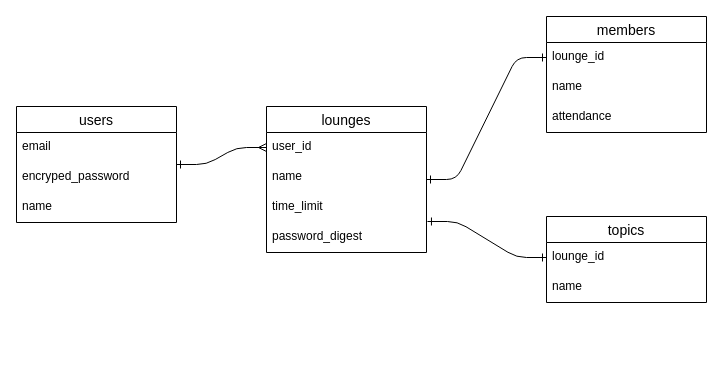
Before: rough sketch/ER図.dio in sabanonitsuke/IceClasher, a draw.io diagram. Source tidied: cells renumbered, new cells numbered last; positions are measured from the earlier drawing's top-left corner, leaving out a move shared by most shapes. Both pictures are drawn from the tidied source at 100%, with x=0, y=0 at pixel (16, 16).
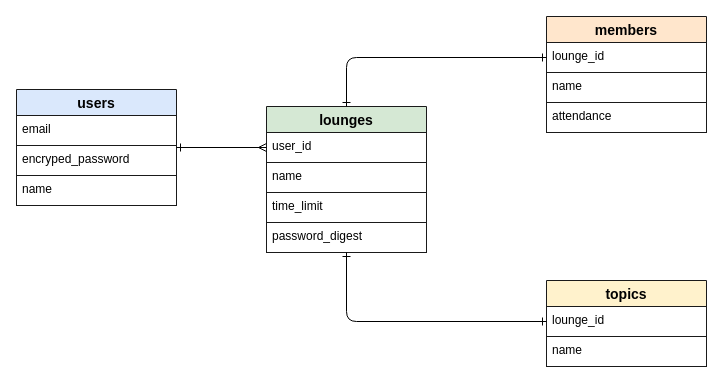
The same diagram, later.

Diff of the diagram source:
```diff
@@
-<mxGraphModel>
+<mxGraphModel background="#ffffff">
@@
-    <mxCell id="2" value="users" style="swimlane;fontStyle=0;horizontal=1;startSize=26;align=center;fontSize=14;" parent="1" vertex="1">
-      <mxGeometry y="90" width="160" height="116" as="geometry" />
+    <mxCell id="2" value="users" style="swimlane;fontStyle=1;horizontal=1;startSize=26;align=center;fontSize=14;fillColor=#dae8fc;strokeColor=#1A1A1A;fontColor=#000000;swimlaneFillColor=none;" parent="1" vertex="1">
+      <mxGeometry y="73" width="160" height="116" as="geometry" />
     </mxCell>
-    <mxCell id="3" value="email" style="text;strokeColor=none;fillColor=none;spacingLeft=4;spacingRight=4;overflow=hidden;fontSize=12;" parent="2" vertex="1">
+    <mxCell id="3" value="email" style="text;strokeColor=#1A1A1A;fillColor=none;spacingLeft=4;spacingRight=4;overflow=hidden;fontSize=12;fontColor=#000000;labelBorderColor=none;rounded=0;strokeWidth=1;" parent="2" vertex="1">
       <mxGeometry y="26" width="160" height="30" as="geometry" />
     </mxCell>
-    <mxCell id="4" value="encryped_password" style="text;strokeColor=none;fillColor=none;spacingLeft=4;spacingRight=4;overflow=hidden;fontSize=12;" parent="2" vertex="1">
+    <mxCell id="4" value="encryped_password" style="text;strokeColor=#1A1A1A;fillColor=none;spacingLeft=4;spacingRight=4;overflow=hidden;fontSize=12;fontColor=#000000;labelBorderColor=none;rounded=0;strokeWidth=1;" parent="2" vertex="1">
       <mxGeometry y="56" width="160" height="30" as="geometry" />
     </mxCell>
-    <mxCell id="5" value="name" style="text;strokeColor=none;fillColor=none;spacingLeft=4;spacingRight=4;overflow=hidden;fontSize=12;" parent="2" vertex="1">
+    <mxCell id="5" value="name" style="text;strokeColor=#1A1A1A;fillColor=none;spacingLeft=4;spacingRight=4;overflow=hidden;fontSize=12;fontColor=#000000;labelBorderColor=none;rounded=0;strokeWidth=1;" parent="2" vertex="1">
       <mxGeometry y="86" width="160" height="30" as="geometry" />
     </mxCell>
-    <mxCell id="6" value="lounges" style="swimlane;fontStyle=0;horizontal=1;startSize=26;align=center;fontSize=14;" parent="1" vertex="1">
+    <mxCell id="6" value="lounges" style="swimlane;fontStyle=1;horizontal=1;startSize=26;align=center;fontSize=14;fillColor=#d5e8d4;strokeColor=#1A1A1A;fontColor=#000000;swimlaneFillColor=none;" parent="1" vertex="1">
       <mxGeometry x="250" y="90" width="160" height="146" as="geometry" />
     </mxCell>
-    <mxCell id="7" value="user_id" style="text;strokeColor=none;fillColor=none;spacingLeft=4;spacingRight=4;overflow=hidden;points=[[0,0.5],[1,0.5]];portConstraint=eastwest;fontSize=12;" parent="6" vertex="1">
+    <mxCell id="7" value="user_id" style="text;strokeColor=#1A1A1A;fillColor=none;spacingLeft=4;spacingRight=4;overflow=hidden;points=[[0,0.5],[1,0.5]];portConstraint=eastwest;fontSize=12;fontColor=#000000;labelBorderColor=none;rounded=0;strokeWidth=1;perimeterSpacing=0;" parent="6" vertex="1">
       <mxGeometry y="26" width="160" height="30" as="geometry" />
     </mxCell>
-    <mxCell id="8" value="name" style="text;strokeColor=none;fillColor=none;spacingLeft=4;spacingRight=4;overflow=hidden;fontSize=12;" parent="6" vertex="1">
+    <mxCell id="8" value="name" style="text;strokeColor=#1A1A1A;fillColor=none;spacingLeft=4;spacingRight=4;overflow=hidden;fontSize=12;fontColor=#000000;labelBorderColor=none;rounded=0;strokeWidth=1;" parent="6" vertex="1">
       <mxGeometry y="56" width="160" height="30" as="geometry" />
     </mxCell>
-    <mxCell id="9" value="time_limit" style="text;strokeColor=none;fillColor=none;spacingLeft=4;spacingRight=4;overflow=hidden;fontSize=12;" parent="6" vertex="1">
+    <mxCell id="9" value="time_limit" style="text;strokeColor=#1A1A1A;fillColor=none;spacingLeft=4;spacingRight=4;overflow=hidden;fontSize=12;fontColor=#000000;labelBorderColor=none;rounded=0;strokeWidth=1;" parent="6" vertex="1">
       <mxGeometry y="86" width="160" height="30" as="geometry" />
     </mxCell>
-    <mxCell id="10" value="password_digest" style="text;strokeColor=none;fillColor=none;spacingLeft=4;spacingRight=4;overflow=hidden;points=[[0,0.5],[1,0.5]];portConstraint=eastwest;fontSize=12;" parent="6" vertex="1">
+    <mxCell id="10" value="password_digest" style="text;strokeColor=#1A1A1A;fillColor=none;spacingLeft=4;spacingRight=4;overflow=hidden;points=[[0,0.5],[1,0.5]];portConstraint=eastwest;fontSize=12;fontColor=#000000;labelBorderColor=none;rounded=0;strokeWidth=1;" parent="6" vertex="1">
       <mxGeometry y="116" width="160" height="30" as="geometry" />
     </mxCell>
-    <mxCell id="11" value="members" style="swimlane;fontStyle=0;horizontal=1;startSize=26;align=center;fontSize=14;" parent="1" vertex="1">
+    <mxCell id="11" value="members" style="swimlane;fontStyle=1;horizontal=1;startSize=26;align=center;fontSize=14;fillColor=#ffe6cc;strokeColor=#1A1A1A;fontColor=#000000;swimlaneFillColor=none;" parent="1" vertex="1">
       <mxGeometry x="530" width="160" height="116" as="geometry" />
     </mxCell>
-    <mxCell id="12" value="lounge_id" style="text;strokeColor=none;fillColor=none;spacingLeft=4;spacingRight=4;overflow=hidden;points=[[0,0.5],[1,0.5]];portConstraint=eastwest;fontSize=12;" parent="11" vertex="1">
+    <mxCell id="12" value="lounge_id" style="text;strokeColor=#1A1A1A;fillColor=none;spacingLeft=4;spacingRight=4;overflow=hidden;points=[[0,0.5],[1,0.5]];portConstraint=eastwest;fontSize=12;fontColor=#000000;labelBorderColor=none;rounded=0;strokeWidth=1;" parent="11" vertex="1">
       <mxGeometry y="26" width="160" height="30" as="geometry" />
     </mxCell>
-    <mxCell id="13" value="name" style="text;strokeColor=none;fillColor=none;spacingLeft=4;spacingRight=4;overflow=hidden;fontSize=12;" parent="11" vertex="1">
+    <mxCell id="13" value="name" style="text;strokeColor=#1A1A1A;fillColor=none;spacingLeft=4;spacingRight=4;overflow=hidden;fontSize=12;fontColor=#000000;labelBorderColor=none;rounded=0;strokeWidth=1;" parent="11" vertex="1">
       <mxGeometry y="56" width="160" height="30" as="geometry" />
     </mxCell>
-    <mxCell id="14" value="attendance" style="text;strokeColor=none;fillColor=none;spacingLeft=4;spacingRight=4;overflow=hidden;fontSize=12;" parent="11" vertex="1">
+    <mxCell id="14" value="attendance" style="text;strokeColor=#1A1A1A;fillColor=none;spacingLeft=4;spacingRight=4;overflow=hidden;fontSize=12;fontColor=#000000;labelBorderColor=none;rounded=0;strokeWidth=1;" parent="11" vertex="1">
       <mxGeometry y="86" width="160" height="30" as="geometry" />
     </mxCell>
-    <mxCell id="15" value="topics" style="swimlane;fontStyle=0;horizontal=1;startSize=26;align=center;fontSize=14;" parent="1" vertex="1">
-      <mxGeometry x="530" y="200" width="160" height="86" as="geometry" />
+    <mxCell id="15" value="topics" style="swimlane;fontStyle=1;horizontal=1;startSize=26;align=center;fontSize=14;fillColor=#fff2cc;strokeColor=#1A1A1A;fontColor=#000000;swimlaneFillColor=none;" parent="1" vertex="1">
+      <mxGeometry x="530" y="264" width="160" height="86" as="geometry" />
     </mxCell>
-    <mxCell id="16" value="lounge_id" style="text;strokeColor=none;fillColor=none;spacingLeft=4;spacingRight=4;overflow=hidden;points=[[0,0.5],[1,0.5]];portConstraint=eastwest;fontSize=12;" parent="15" vertex="1">
+    <mxCell id="16" value="lounge_id" style="text;strokeColor=#1A1A1A;fillColor=none;spacingLeft=4;spacingRight=4;overflow=hidden;points=[[0,0.5],[1,0.5]];portConstraint=eastwest;fontSize=12;fontColor=#000000;labelBorderColor=none;rounded=0;strokeWidth=1;" parent="15" vertex="1">
       <mxGeometry y="26" width="160" height="30" as="geometry" />
     </mxCell>
-    <mxCell id="17" value="name" style="text;strokeColor=none;fillColor=none;spacingLeft=4;spacingRight=4;overflow=hidden;fontSize=12;" parent="15" vertex="1">
+    <mxCell id="17" value="name" style="text;strokeColor=#1A1A1A;fillColor=none;spacingLeft=4;spacingRight=4;overflow=hidden;fontSize=12;fontColor=#000000;labelBorderColor=none;rounded=0;strokeWidth=1;" parent="15" vertex="1">
       <mxGeometry y="56" width="160" height="30" as="geometry" />
     </mxCell>
-    <mxCell id="18" style="edgeStyle=entityRelationEdgeStyle;fontSize=12;html=1;endArrow=ERone;endFill=1;entryX=0;entryY=0.5;entryDx=0;entryDy=0;startArrow=ERone;startFill=0;" parent="1" edge="1" source="6" target="12">
+    <mxCell id="18" style="edgeStyle=orthogonalEdgeStyle;fontSize=12;html=1;endArrow=ERone;endFill=1;entryX=0;entryY=0.5;entryDx=0;entryDy=0;startArrow=ERone;startFill=0;fontColor=#000000;strokeColor=#000000;" parent="1" edge="1" source="6" target="12">
       <mxGeometry relative="1" as="geometry" />
     </mxCell>
-    <mxCell id="19" style="edgeStyle=entityRelationEdgeStyle;fontSize=12;html=1;endArrow=ERone;endFill=1;entryX=0;entryY=0.5;entryDx=0;entryDy=0;exitX=1.006;exitY=-0.033;exitDx=0;exitDy=0;exitPerimeter=0;startArrow=ERone;startFill=0;" parent="1" edge="1" source="10" target="16">
+    <mxCell id="19" style="edgeStyle=orthogonalEdgeStyle;fontSize=12;html=1;endArrow=ERone;endFill=1;entryX=0;entryY=0.5;entryDx=0;entryDy=0;startArrow=ERone;startFill=0;fontColor=#000000;strokeColor=#000000;" parent="1" edge="1" source="6" target="16">
       <mxGeometry relative="1" as="geometry" />
     </mxCell>
-    <mxCell id="20" style="edgeStyle=entityRelationEdgeStyle;fontSize=12;html=1;endArrow=ERmany;entryX=0;entryY=0.5;entryDx=0;entryDy=0;startArrow=ERone;startFill=0;" parent="1" edge="1" source="2" target="7">
+    <mxCell id="20" style="fontSize=12;html=1;endArrow=ERmany;entryX=0;entryY=0.5;entryDx=0;entryDy=0;startArrow=ERone;startFill=0;fontColor=#000000;strokeColor=#000000;" parent="1" edge="1" source="2" target="7">
       <mxGeometry relative="1" as="geometry" />
     </mxCell>
```
